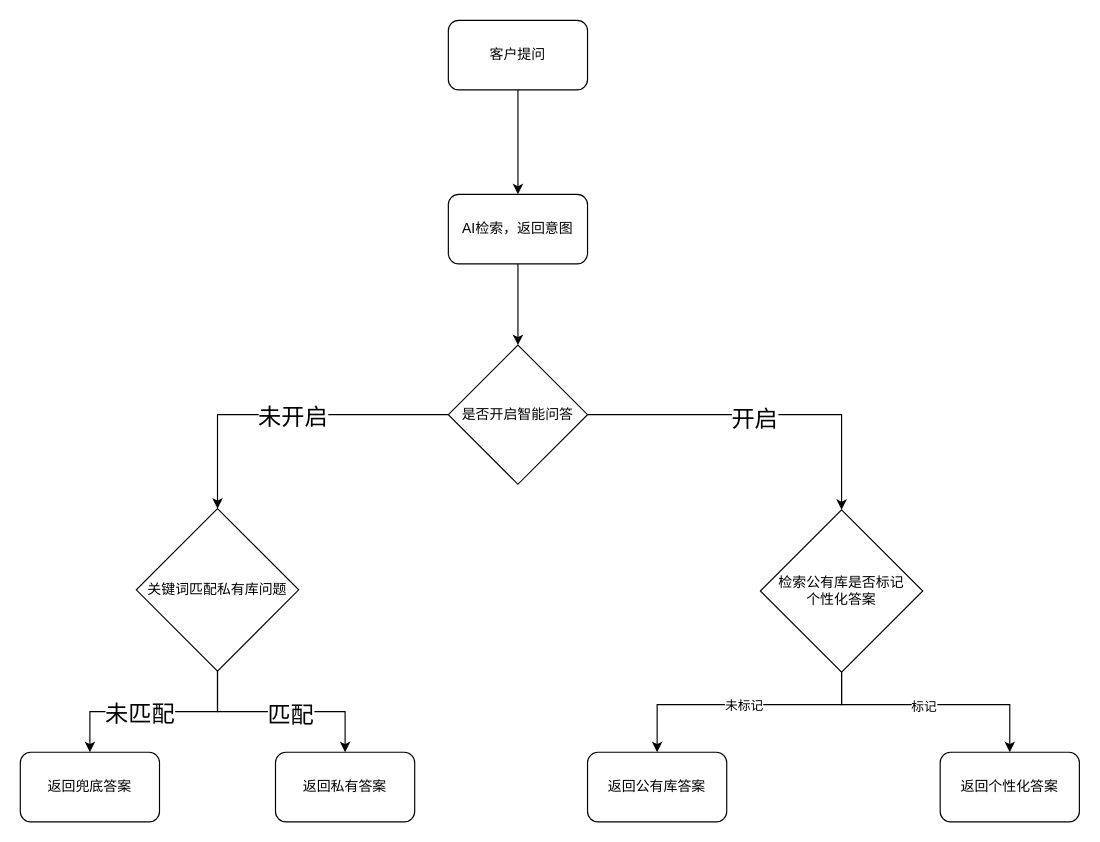
ammengke/my-drawio keeps this draw.io diagram as 客服3.4.x问答决策流程图20250305.drawio. Above is the earlier version. Source tidied: cells renumbered, new cells numbered last; positions are measured from the earlier drawing's top-left corner, leaving out a move shared by most shapes. Both pictures are drawn from the tidied source at 116%, with x=0, y=0 at pixel (20, 20).
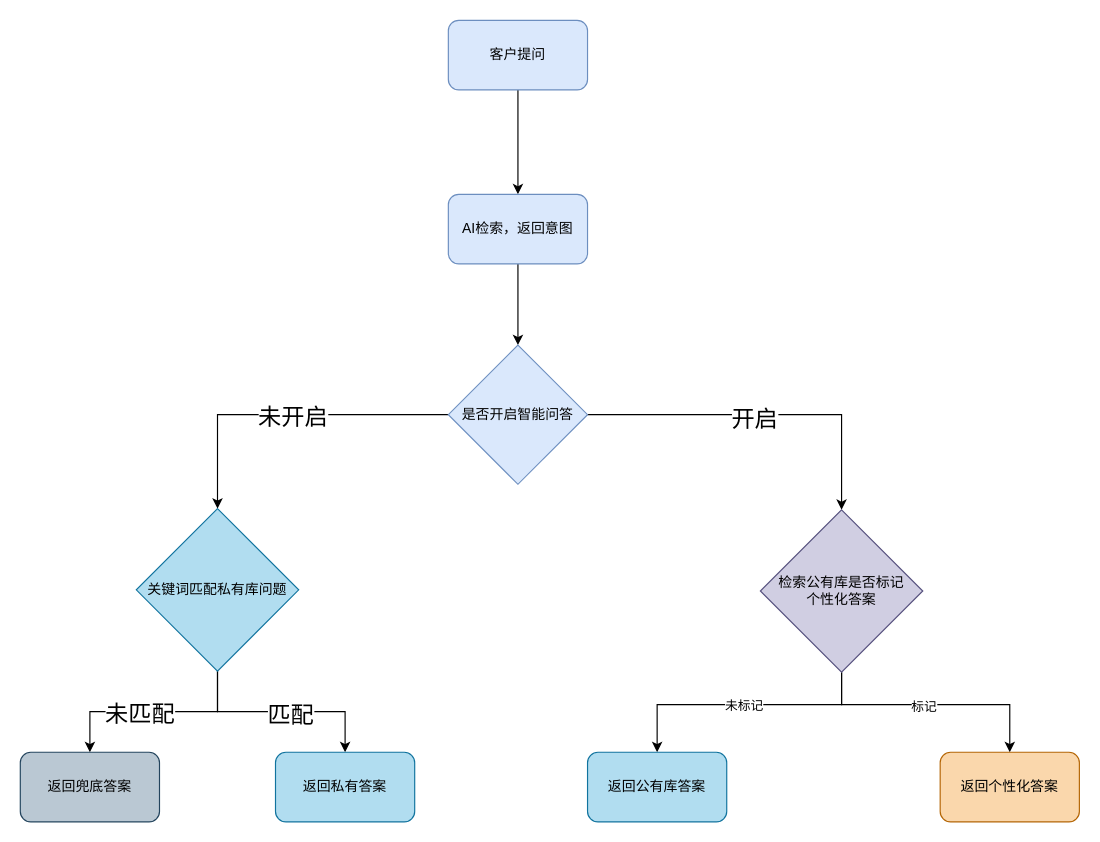
Above is the later version.

Commit message (it also covers changes not shown here):
更新客服3.4.x问答决策流程图20250305.drawio

What changed in the source:
```diff
@@
-    <mxCell id="3" value="客户提问" style="rounded=1;whiteSpace=wrap;html=1;" parent="1" vertex="1">
+    <mxCell id="3" value="客户提问" style="rounded=1;whiteSpace=wrap;html=1;fillColor=#dae8fc;strokeColor=#6c8ebf;" parent="1" vertex="1">
       <mxGeometry x="369" width="120" height="60" as="geometry" />
     </mxCell>
@@
-    <mxCell id="5" value="AI检索，返回意图" style="rounded=1;whiteSpace=wrap;html=1;" parent="1" vertex="1">
+    <mxCell id="5" value="AI检索，返回意图" style="rounded=1;whiteSpace=wrap;html=1;fillColor=#dae8fc;strokeColor=#6c8ebf;" parent="1" vertex="1">
       <mxGeometry x="369" y="150" width="120" height="60" as="geometry" />
     </mxCell>
@@
-    <mxCell id="10" value="是否开启智能问答" style="rhombus;whiteSpace=wrap;html=1;" parent="1" vertex="1">
+    <mxCell id="10" value="是否开启智能问答" style="rhombus;whiteSpace=wrap;html=1;fillColor=#dae8fc;strokeColor=#6c8ebf;" parent="1" vertex="1">
       <mxGeometry x="369" y="280" width="120" height="120" as="geometry" />
     </mxCell>
@@
-    <mxCell id="15" value="关键词匹配私有库问题" style="rhombus;whiteSpace=wrap;html=1;" parent="1" vertex="1">
+    <mxCell id="15" value="关键词匹配私有库问题" style="rhombus;whiteSpace=wrap;html=1;fillColor=#b1ddf0;strokeColor=#10739e;" parent="1" vertex="1">
       <mxGeometry x="100" y="421" width="140" height="140" as="geometry" />
     </mxCell>
-    <mxCell id="16" value="返回兜底答案" style="rounded=1;whiteSpace=wrap;html=1;" parent="1" vertex="1">
+    <mxCell id="16" value="返回兜底答案" style="rounded=1;whiteSpace=wrap;html=1;fillColor=#bac8d3;strokeColor=#23445d;" parent="1" vertex="1">
       <mxGeometry y="631" width="120" height="60" as="geometry" />
     </mxCell>
-    <mxCell id="17" value="返回私有答案" style="rounded=1;whiteSpace=wrap;html=1;" parent="1" vertex="1">
+    <mxCell id="17" value="返回私有答案" style="rounded=1;whiteSpace=wrap;html=1;fillColor=#b1ddf0;strokeColor=#10739e;" parent="1" vertex="1">
       <mxGeometry x="220" y="631" width="120" height="60" as="geometry" />
     </mxCell>
@@
-    <mxCell id="22" value="检索公有库是否标记&lt;div&gt;个性化答案&lt;/div&gt;" style="rhombus;whiteSpace=wrap;html=1;" parent="1" vertex="1">
+    <mxCell id="22" value="检索公有库是否标记&lt;div&gt;个性化答案&lt;/div&gt;" style="rhombus;whiteSpace=wrap;html=1;fillColor=#d0cee2;strokeColor=#56517e;" parent="1" vertex="1">
       <mxGeometry x="638" y="422" width="140" height="140" as="geometry" />
     </mxCell>
-    <mxCell id="23" value="返回公有库答案" style="rounded=1;whiteSpace=wrap;html=1;" parent="1" vertex="1">
+    <mxCell id="23" value="返回公有库答案" style="rounded=1;whiteSpace=wrap;html=1;fillColor=#b1ddf0;strokeColor=#10739e;" parent="1" vertex="1">
       <mxGeometry x="489" y="631" width="120" height="60" as="geometry" />
     </mxCell>
-    <mxCell id="24" value="返回个性化答案" style="rounded=1;whiteSpace=wrap;html=1;" parent="1" vertex="1">
+    <mxCell id="24" value="返回个性化答案" style="rounded=1;whiteSpace=wrap;html=1;fillColor=#fad7ac;strokeColor=#b46504;" parent="1" vertex="1">
       <mxGeometry x="793" y="631" width="120" height="60" as="geometry" />
     </mxCell>
```
